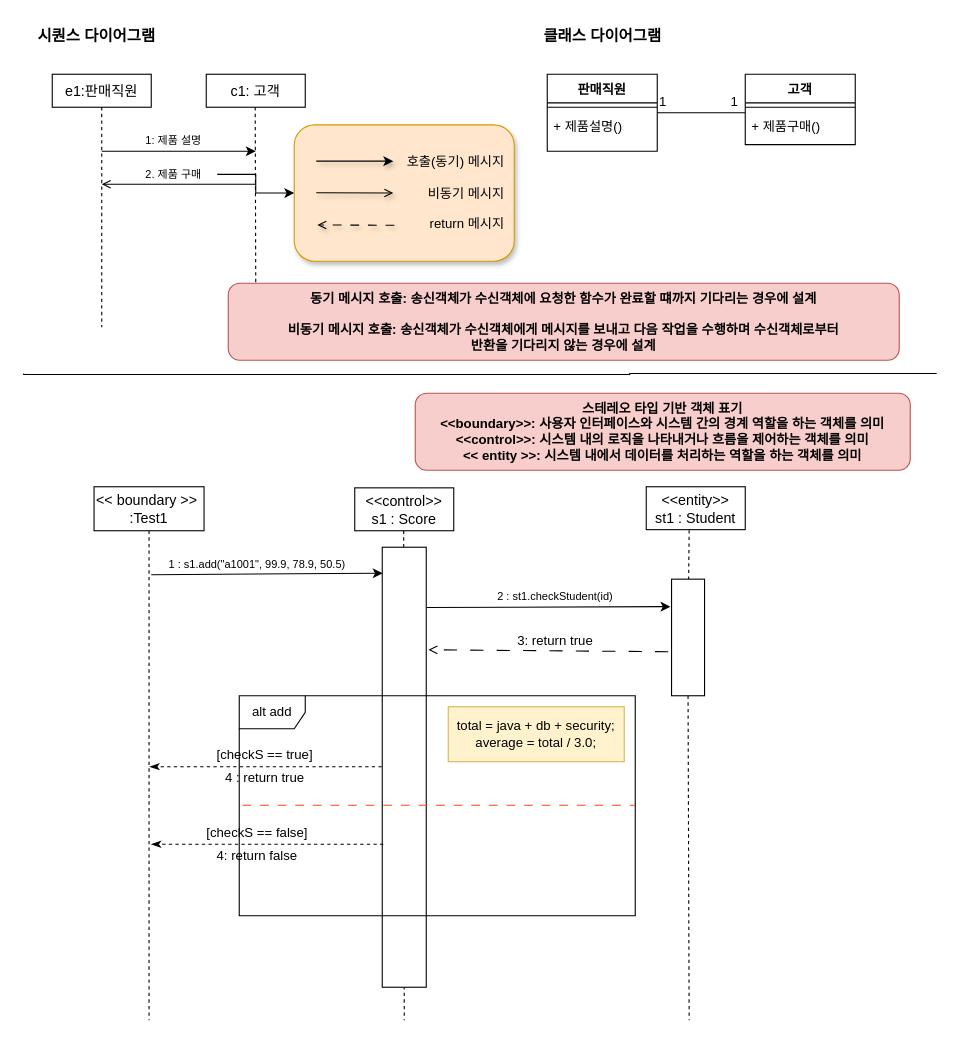
This is 202110594_4.drawio from nalynn0517/UML, a draw.io file, before an edit. Source tidied: cells renumbered, new cells numbered last; positions are measured from the earlier drawing's top-left corner, leaving out a move shared by most shapes. Both pictures are drawn from the tidied source at 110%, with x=0, y=0 at pixel (19, 19).
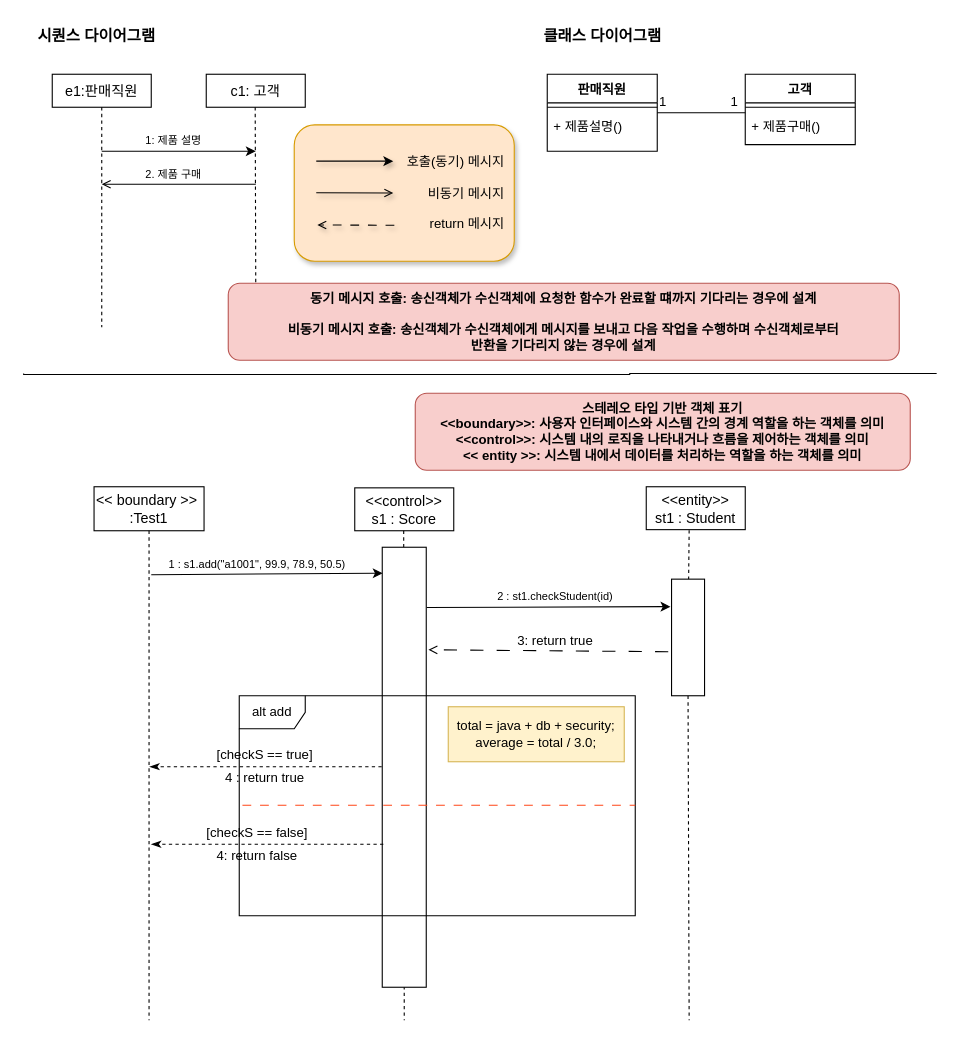
The same diagram, later.

The change refers to these unchanged cells:
```xml
<mxCell id="12" value="&lt;font style=&quot;font-size: 10px;&quot;&gt;2. 제품 구매&lt;/font&gt;" style="text;html=1;align=center;verticalAlign=middle;points=[];strokeColor=none;fillColor=none;" parent="1" vertex="1">
  <mxGeometry x="100" y="126" width="80" height="30" as="geometry" />
</mxCell>
<mxCell id="13" value="호출(동기) 메시지&amp;nbsp;&amp;nbsp;&lt;div&gt;&lt;br&gt;&lt;/div&gt;&lt;div&gt;비동기 메시지&amp;nbsp;&amp;nbsp;&lt;/div&gt;&lt;div style=&quot;font-size: 11px;&quot;&gt;&lt;br&gt;&lt;/div&gt;&lt;div&gt;return 메시지&amp;nbsp;&amp;nbsp;&lt;/div&gt;" style="whiteSpace=wrap;html=1;align=right;fillColor=#ffe6cc;strokeColor=#d79b00;shadow=1;rounded=1;" parent="1" vertex="1">
  <mxGeometry x="250" y="96" width="200" height="124" as="geometry" />
</mxCell>
```

Diff of the diagram source:
```diff
@@
-    <mxCell id="11" style="edgeStyle=orthogonalEdgeStyle;rounded=0;jettySize=auto;html=1;" parent="1" edge="1" source="12" target="13">
-      <mxGeometry relative="1" as="geometry" />
-    </mxCell>
```
